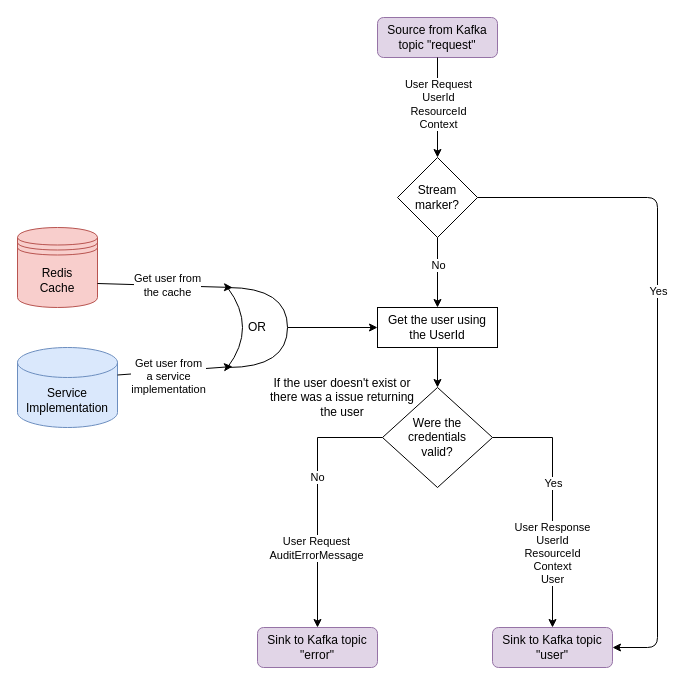
Above: user-service/doc/user-service.drawio in gchq/Palisade-services (draw.io), before the change. Source tidied: cells renumbered, new cells numbered last; positions are measured from the earlier drawing's top-left corner, leaving out a move shared by most shapes. Both pictures are drawn from the tidied source at 100%, with x=0, y=0 at pixel (17, 17).
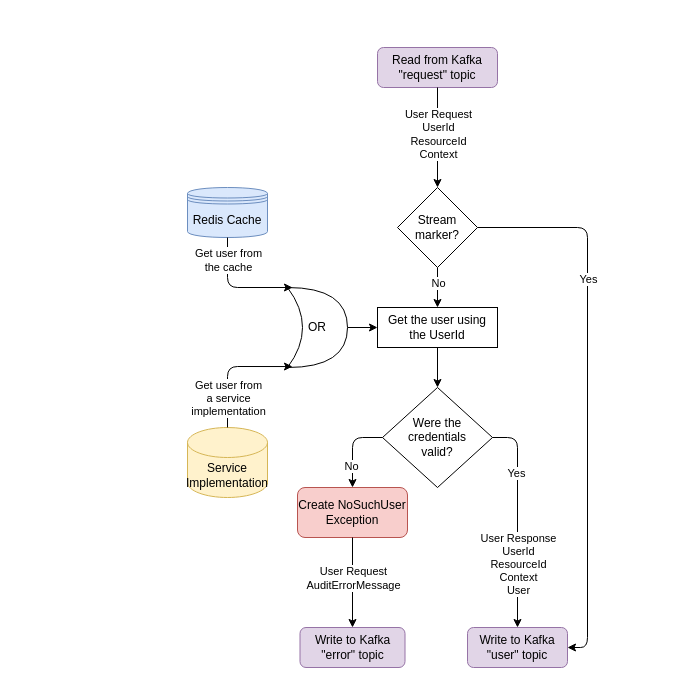
The same diagram, later.

The change refers to these unchanged cells:
```xml
<mxCell id="18" value="&lt;div&gt;Were the&lt;/div&gt;&lt;div&gt; credentials &lt;br&gt;&lt;/div&gt;&lt;div&gt;valid?&lt;br&gt;&lt;/div&gt;" style="rhombus;whiteSpace=wrap;html=1;" parent="1" vertex="1">
  <mxGeometry x="365" y="370" width="110" height="100" as="geometry" />
</mxCell>
```

Diff of the diagram source:
```diff
@@
-    <mxCell id="2" value="&lt;span&gt;Source from Kafka topic &quot;request&quot;&lt;/span&gt;" style="rounded=1;whiteSpace=wrap;html=1;fillColor=#e1d5e7;strokeColor=#9673a6;" parent="1" vertex="1">
-      <mxGeometry x="360" width="120" height="40" as="geometry" />
+    <mxCell id="2" value="&lt;span&gt;Read from Kafka &quot;request&quot;&amp;nbsp;&lt;/span&gt;topic" style="rounded=1;whiteSpace=wrap;html=1;fillColor=#e1d5e7;strokeColor=#9673a6;" parent="1" vertex="1">
+      <mxGeometry x="360" y="30" width="120" height="40" as="geometry" />
     </mxCell>
@@
-    <mxCell id="7" value="&lt;div&gt;&lt;span&gt;Redis&lt;/span&gt;&lt;/div&gt;&lt;div&gt;&lt;span&gt;Cache&lt;/span&gt;&lt;/div&gt;" style="shape=datastore;whiteSpace=wrap;html=1;labelBackgroundColor=none;fillColor=#f8cecc;strokeColor=#b85450;" parent="1" vertex="1">
-      <mxGeometry y="210" width="80" height="80" as="geometry" />
+    <mxCell id="7" value="&lt;div&gt;&lt;span&gt;Redis&amp;nbsp;&lt;/span&gt;&lt;span&gt;Cache&lt;/span&gt;&lt;/div&gt;" style="shape=datastore;whiteSpace=wrap;html=1;labelBackgroundColor=none;fillColor=#dae8fc;strokeColor=#6c8ebf;" parent="1" vertex="1">
+      <mxGeometry x="170" y="170" width="80" height="50" as="geometry" />
     </mxCell>
-    <mxCell id="8" value="Service Implementation" style="shape=cylinder3;whiteSpace=wrap;html=1;boundedLbl=1;backgroundOutline=1;size=15;fillColor=#dae8fc;strokeColor=#6c8ebf;" parent="1" vertex="1">
-      <mxGeometry y="330" width="100" height="80" as="geometry" />
+    <mxCell id="8" value="Service Implementation" style="shape=cylinder3;whiteSpace=wrap;html=1;boundedLbl=1;backgroundOutline=1;size=15;fillColor=#fff2cc;strokeColor=#d6b656;" parent="1" vertex="1">
+      <mxGeometry x="170" y="410" width="80" height="70" as="geometry" />
     </mxCell>
@@
     <mxCell id="10" value="&lt;div&gt;OR&lt;/div&gt;" style="shape=xor;whiteSpace=wrap;html=1;rotation=0;" parent="1" vertex="1">
-      <mxGeometry x="210" y="270" width="60" height="80" as="geometry" />
+      <mxGeometry x="270" y="270" width="60" height="80" as="geometry" />
     </mxCell>
-    <mxCell id="11" value="&lt;span&gt;Sink to Kafka topic &quot;user&quot;&lt;/span&gt;" style="rounded=1;whiteSpace=wrap;html=1;fillColor=#e1d5e7;strokeColor=#9673a6;" parent="1" vertex="1">
-      <mxGeometry x="475" y="610" width="120" height="40" as="geometry" />
+    <mxCell id="11" value="&lt;span&gt;Write to Kafka &quot;user&quot;&amp;nbsp;&lt;/span&gt;topic" style="rounded=1;whiteSpace=wrap;html=1;fillColor=#e1d5e7;strokeColor=#9673a6;" parent="1" vertex="1">
+      <mxGeometry x="450" y="610" width="100" height="40" as="geometry" />
     </mxCell>
-    <mxCell id="12" value="Sink to Kafka topic &quot;error&quot;" style="rounded=1;whiteSpace=wrap;html=1;fillColor=#e1d5e7;strokeColor=#9673a6;" parent="1" vertex="1">
-      <mxGeometry x="240" y="610" width="120" height="40" as="geometry" />
+    <mxCell id="12" value="Write to Kafka &quot;error&quot; topic" style="rounded=1;whiteSpace=wrap;html=1;fillColor=#e1d5e7;strokeColor=#9673a6;" parent="1" vertex="1">
+      <mxGeometry x="282.5" y="610" width="105" height="40" as="geometry" />
     </mxCell>
-    <mxCell id="13" value="If the user doesn't exist or there was a issue returning the user" style="text;html=1;strokeColor=none;fillColor=none;align=center;verticalAlign=middle;whiteSpace=wrap;rounded=0;" parent="1" vertex="1">
-      <mxGeometry x="250" y="350" width="150" height="60" as="geometry" />
-    </mxCell>
-    <mxCell id="14" value="No" style="edgeStyle=orthogonalEdgeStyle;rounded=0;jettySize=auto;html=1;exitX=0;exitY=0.5;exitDx=0;exitDy=0;entryX=0.5;entryY=0;entryDx=0;entryDy=0;" parent="1" edge="1" source="18" target="12">
-      <mxGeometry x="-0.18" relative="1" as="geometry" />
-    </mxCell>
-    <mxCell id="15" value="User Request&lt;br&gt;AuditErrorMessage" style="edgeLabel;html=1;align=center;verticalAlign=middle;" parent="14" vertex="1">
-      <mxGeometry x="0.37" y="-2" relative="1" as="geometry" />
-    </mxCell>
-    <mxCell id="16" value="&lt;div&gt;User Response&lt;/div&gt;&lt;div&gt;UserId&lt;/div&gt;ResourceId&lt;br&gt;Context&lt;br&gt;User" style="edgeStyle=orthogonalEdgeStyle;rounded=0;jettySize=auto;html=1;exitX=1;exitY=0.5;exitDx=0;exitDy=0;" parent="1" edge="1" source="18" target="11">
-      <mxGeometry x="0.41" relative="1" as="geometry" />
-    </mxCell>
-    <mxCell id="17" value="Yes" style="edgeLabel;html=1;align=center;verticalAlign=middle;" parent="16" vertex="1">
-      <mxGeometry x="-0.16" relative="1" as="geometry" />
-    </mxCell>
@@
     <mxCell id="21" style="endArrow=classic;html=1;exitX=1;exitY=0.5;exitDx=0;exitDy=0;entryX=1;entryY=0.5;entryDx=0;entryDy=0;" parent="1" edge="1" source="23" target="11">
       <mxGeometry relative="1" as="geometry">
         <Array as="points">
-          <mxPoint x="640" y="180" />
-          <mxPoint x="640" y="630" />
+          <mxPoint x="570" y="210" />
+          <mxPoint x="570" y="630" />
         </Array>
       </mxGeometry>
     </mxCell>
     <mxCell id="22" value="Yes" style="edgeLabel;html=1;align=center;verticalAlign=middle;" parent="21" vertex="1">
-      <mxGeometry x="-0.19" relative="1" as="geometry" />
+      <mxGeometry x="-0.19" relative="1" as="geometry">
+        <mxPoint y="-62" as="offset" />
+      </mxGeometry>
     </mxCell>
     <mxCell id="23" value="Stream marker?" style="rhombus;whiteSpace=wrap;html=1;" parent="1" vertex="1">
-      <mxGeometry x="380" y="140" width="80" height="80" as="geometry" />
+      <mxGeometry x="380" y="170" width="80" height="80" as="geometry" />
     </mxCell>
-    <mxCell id="24" style="endArrow=classic;html=1;exitX=1;exitY=0.7;exitDx=0;exitDy=0;entryX=0.083;entryY=0;entryDx=0;entryDy=0;entryPerimeter=0;" parent="1" edge="1" source="7" target="10">
-      <mxGeometry relative="1" as="geometry" />
+    <mxCell id="24" style="endArrow=classic;html=1;exitX=0.5;exitY=1;exitDx=0;exitDy=0;entryX=0.083;entryY=0;entryDx=0;entryDy=0;entryPerimeter=0;" parent="1" edge="1" source="7" target="10">
+      <mxGeometry relative="1" as="geometry">
+        <Array as="points">
+          <mxPoint x="210" y="270" />
+        </Array>
+      </mxGeometry>
     </mxCell>
     <mxCell id="25" value="&lt;div&gt;Get user from&lt;/div&gt;&lt;div&gt;the cache&lt;/div&gt;" style="edgeLabel;html=1;align=center;verticalAlign=middle;" parent="24" vertex="1">
       <mxGeometry x="-0.47" relative="1" as="geometry">
-        <mxPoint x="34" as="offset" />
+        <mxPoint y="-8" as="offset" />
       </mxGeometry>
     </mxCell>
-    <mxCell id="26" style="endArrow=classic;html=1;exitX=1;exitY=0;exitDx=0;exitDy=27.5;exitPerimeter=0;entryX=0.083;entryY=0.988;entryDx=0;entryDy=0;entryPerimeter=0;" parent="1" edge="1" source="8" target="10">
-      <mxGeometry relative="1" as="geometry" />
+    <mxCell id="26" style="endArrow=classic;html=1;exitX=0.5;exitY=0;exitDx=0;exitDy=0;exitPerimeter=0;entryX=0.083;entryY=0.988;entryDx=0;entryDy=0;entryPerimeter=0;" parent="1" edge="1" source="8" target="10">
+      <mxGeometry relative="1" as="geometry">
+        <Array as="points">
+          <mxPoint x="210" y="349" />
+        </Array>
+      </mxGeometry>
     </mxCell>
     <mxCell id="27" value="&lt;div&gt;Get user from&lt;/div&gt;&lt;div&gt;a service&lt;/div&gt;&lt;div&gt;implementation&lt;/div&gt;" style="edgeLabel;html=1;align=center;verticalAlign=middle;" parent="26" vertex="1">
       <mxGeometry x="-0.27" y="-4" relative="1" as="geometry">
-        <mxPoint x="8" as="offset" />
+        <mxPoint x="-4" y="16" as="offset" />
       </mxGeometry>
     </mxCell>
+    <mxCell id="28" value="Create NoSuchUser Exception" style="rounded=1;whiteSpace=wrap;html=1;fillColor=#f8cecc;strokeColor=#b85450;" parent="1" vertex="1">
+      <mxGeometry x="280" y="470" width="110" height="50" as="geometry" />
+    </mxCell>
+    <mxCell id="29" style="endArrow=classic;html=1;exitX=0.5;exitY=1;exitDx=0;exitDy=0;entryX=0.5;entryY=0;entryDx=0;entryDy=0;entryPerimeter=0;" parent="1" edge="1" source="28" target="12">
+      <mxGeometry relative="1" as="geometry" />
+    </mxCell>
+    <mxCell id="15" value="User Request&lt;br&gt;AuditErrorMessage" style="edgeLabel;html=1;align=center;verticalAlign=middle;" parent="29" vertex="1">
+      <mxGeometry x="-0.4" relative="1" as="geometry">
+        <mxPoint y="13" as="offset" />
+      </mxGeometry>
+    </mxCell>
+    <mxCell id="30" style="endArrow=classic;html=1;entryX=0.5;entryY=0;entryDx=0;entryDy=0;exitX=0;exitY=0.5;exitDx=0;exitDy=0;" parent="1" edge="1" source="18" target="28">
+      <mxGeometry relative="1" as="geometry">
+        <Array as="points">
+          <mxPoint x="335" y="420" />
+        </Array>
+      </mxGeometry>
+    </mxCell>
+    <mxCell id="14" value="No" style="edgeLabel;html=1;align=center;verticalAlign=middle;" parent="30" vertex="1">
+      <mxGeometry x="0.44" y="-2" relative="1" as="geometry" />
+    </mxCell>
+    <mxCell id="31" style="endArrow=classic;html=1;entryX=0.5;entryY=0;entryDx=0;entryDy=0;exitX=1;exitY=0.5;exitDx=0;exitDy=0;" parent="1" edge="1" source="18" target="11">
+      <mxGeometry relative="1" as="geometry">
+        <Array as="points">
+          <mxPoint x="500" y="420" />
+        </Array>
+      </mxGeometry>
+    </mxCell>
+    <mxCell id="16" value="&lt;div&gt;User Response&lt;/div&gt;&lt;div&gt;UserId&lt;/div&gt;ResourceId&lt;br&gt;Context&lt;br&gt;User" style="edgeLabel;html=1;align=center;verticalAlign=middle;" parent="31" vertex="1">
+      <mxGeometry x="0.4" relative="1" as="geometry" />
+    </mxCell>
+    <mxCell id="17" value="Yes" style="edgeLabel;html=1;align=center;verticalAlign=middle;" parent="31" vertex="1">
+      <mxGeometry x="-0.44" y="-2" relative="1" as="geometry" />
+    </mxCell>
```
